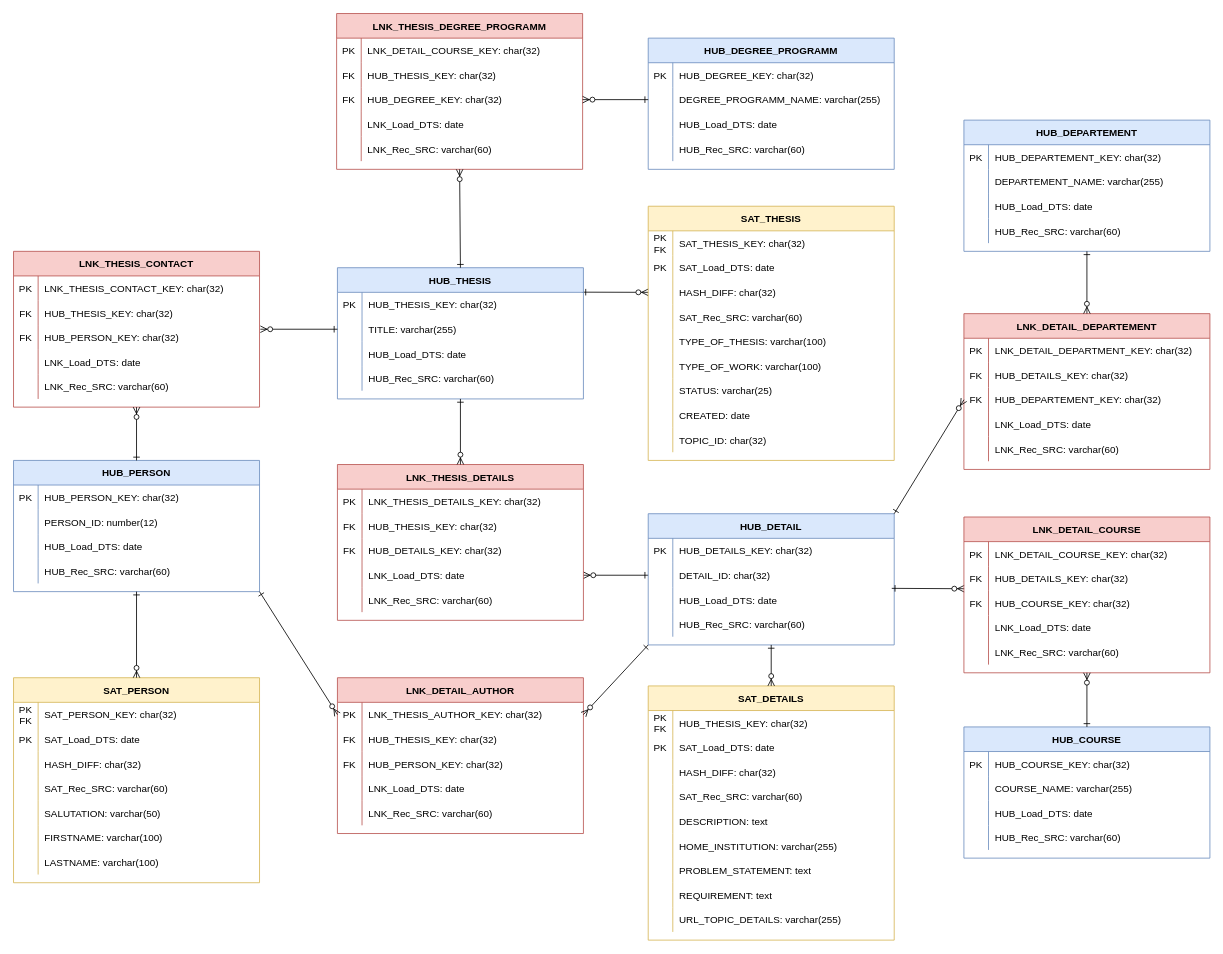
Before: model/data_vault.drawio in sekrupke/bi-mini-project-p02, a draw.io diagram. Source tidied: cells renumbered, new cells numbered last; positions are measured from the earlier drawing's top-left corner, leaving out a move shared by most shapes. Both pictures are drawn from the tidied source at 82%, with x=0, y=0 at pixel (13, 13).
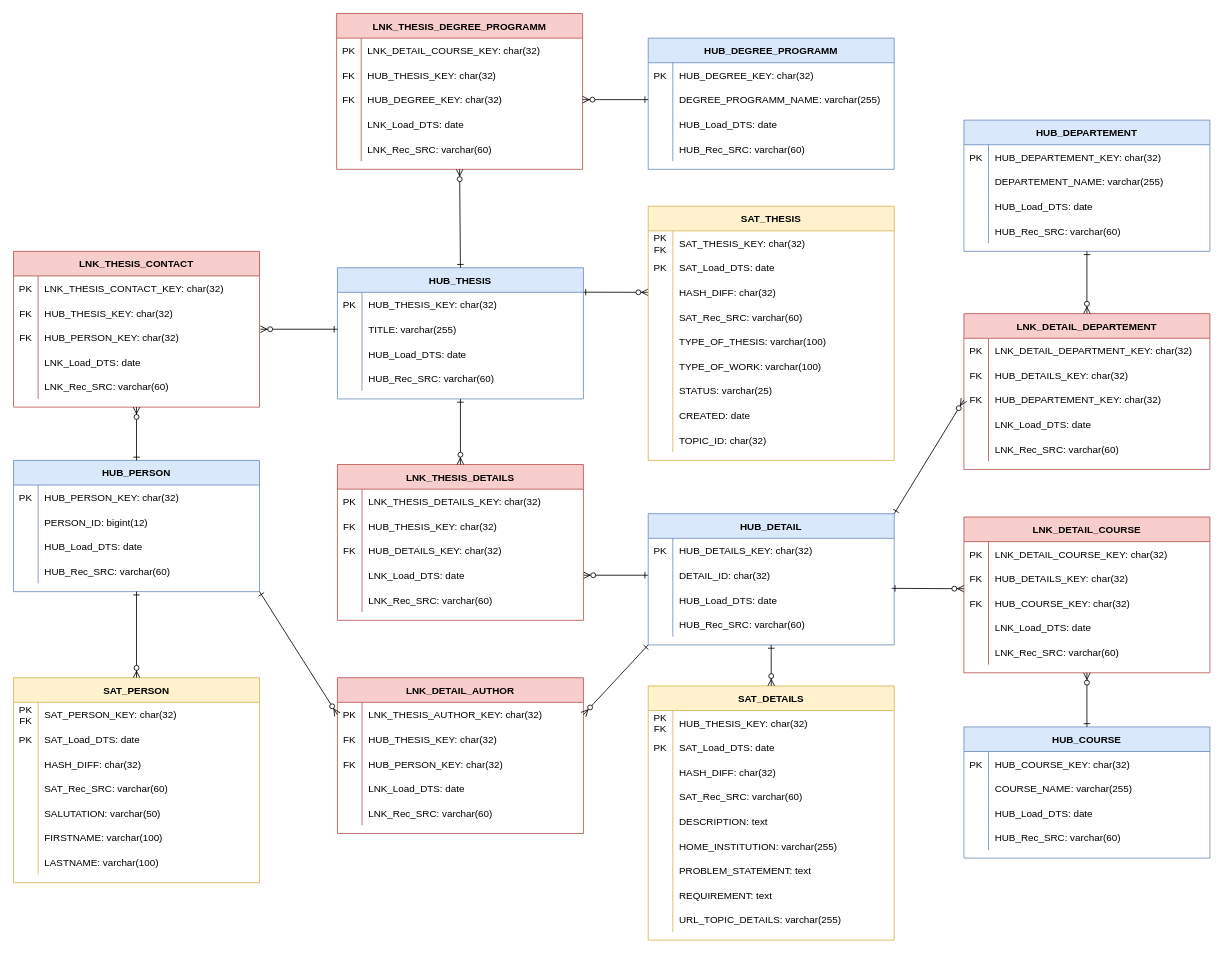
The same page after the edit.

Commit message (it also covers changes not shown here):
fix data type to bigint (Data Vault)

Unchanged cells that the change refers to:
```xml
<mxCell id="62" style="shape=partialRectangle;fillColor=none;top=0;left=0;right=0;bottom=0;" parent="58" vertex="1">
  <mxGeometry y="60" width="300" height="30" as="geometry" />
</mxCell>
```

The edit, as a diff of the source:
```diff
@@
-    <mxCell id="64" value="PERSON_ID: number(12)" style="shape=partialRectangle;overflow=hidden;fillColor=none;top=0;left=0;bottom=0;right=0;align=left;spacingLeft=6;" parent="62" vertex="1">
+    <mxCell id="64" value="PERSON_ID: bigint(12)" style="shape=partialRectangle;overflow=hidden;fillColor=none;top=0;left=0;bottom=0;right=0;align=left;spacingLeft=6;" parent="62" vertex="1">
       <mxGeometry x="30" width="270" height="30" as="geometry" />
     </mxCell>
```
